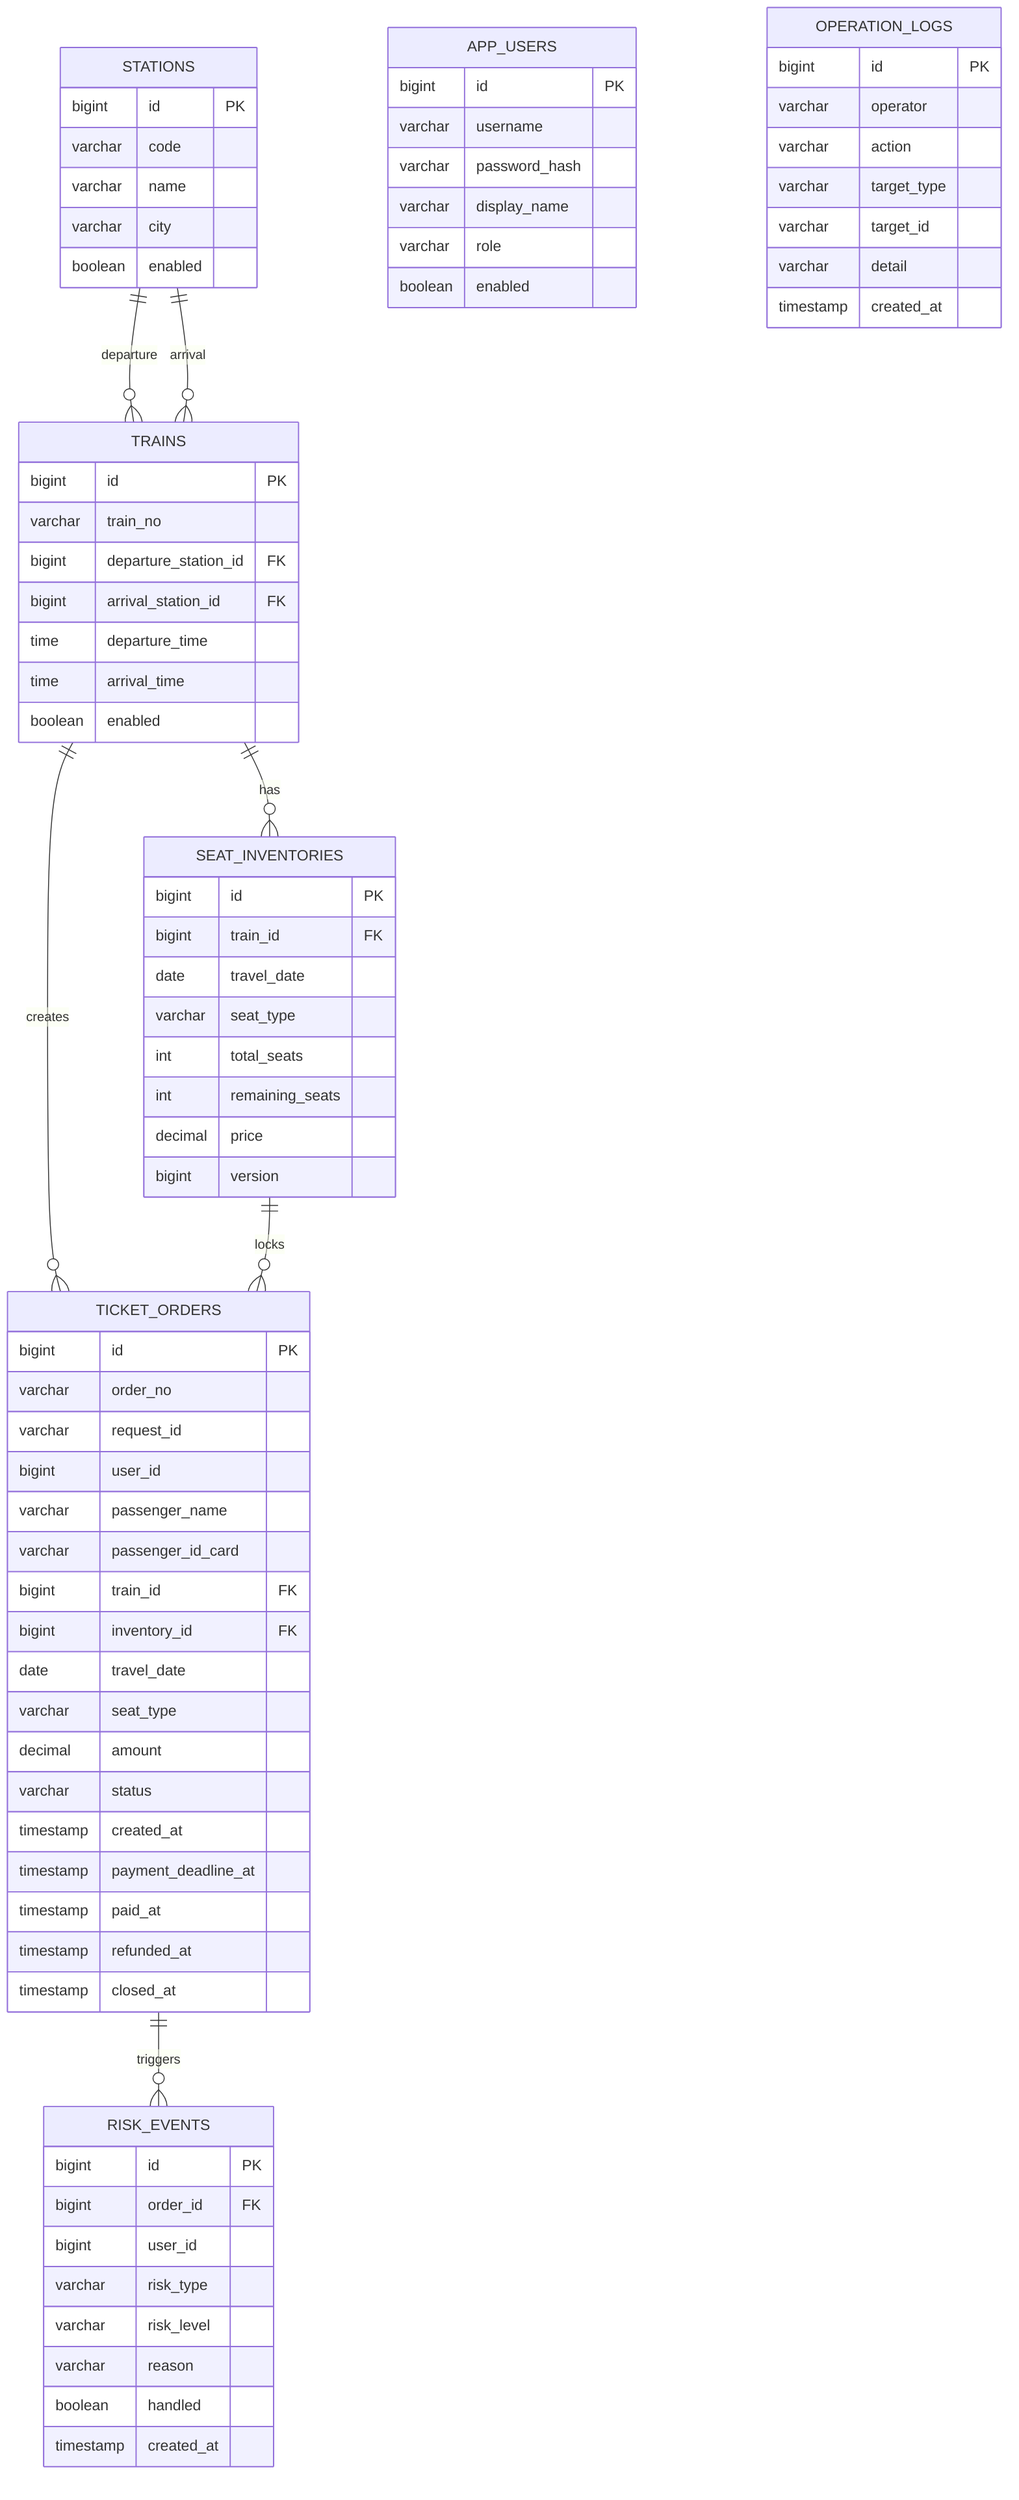
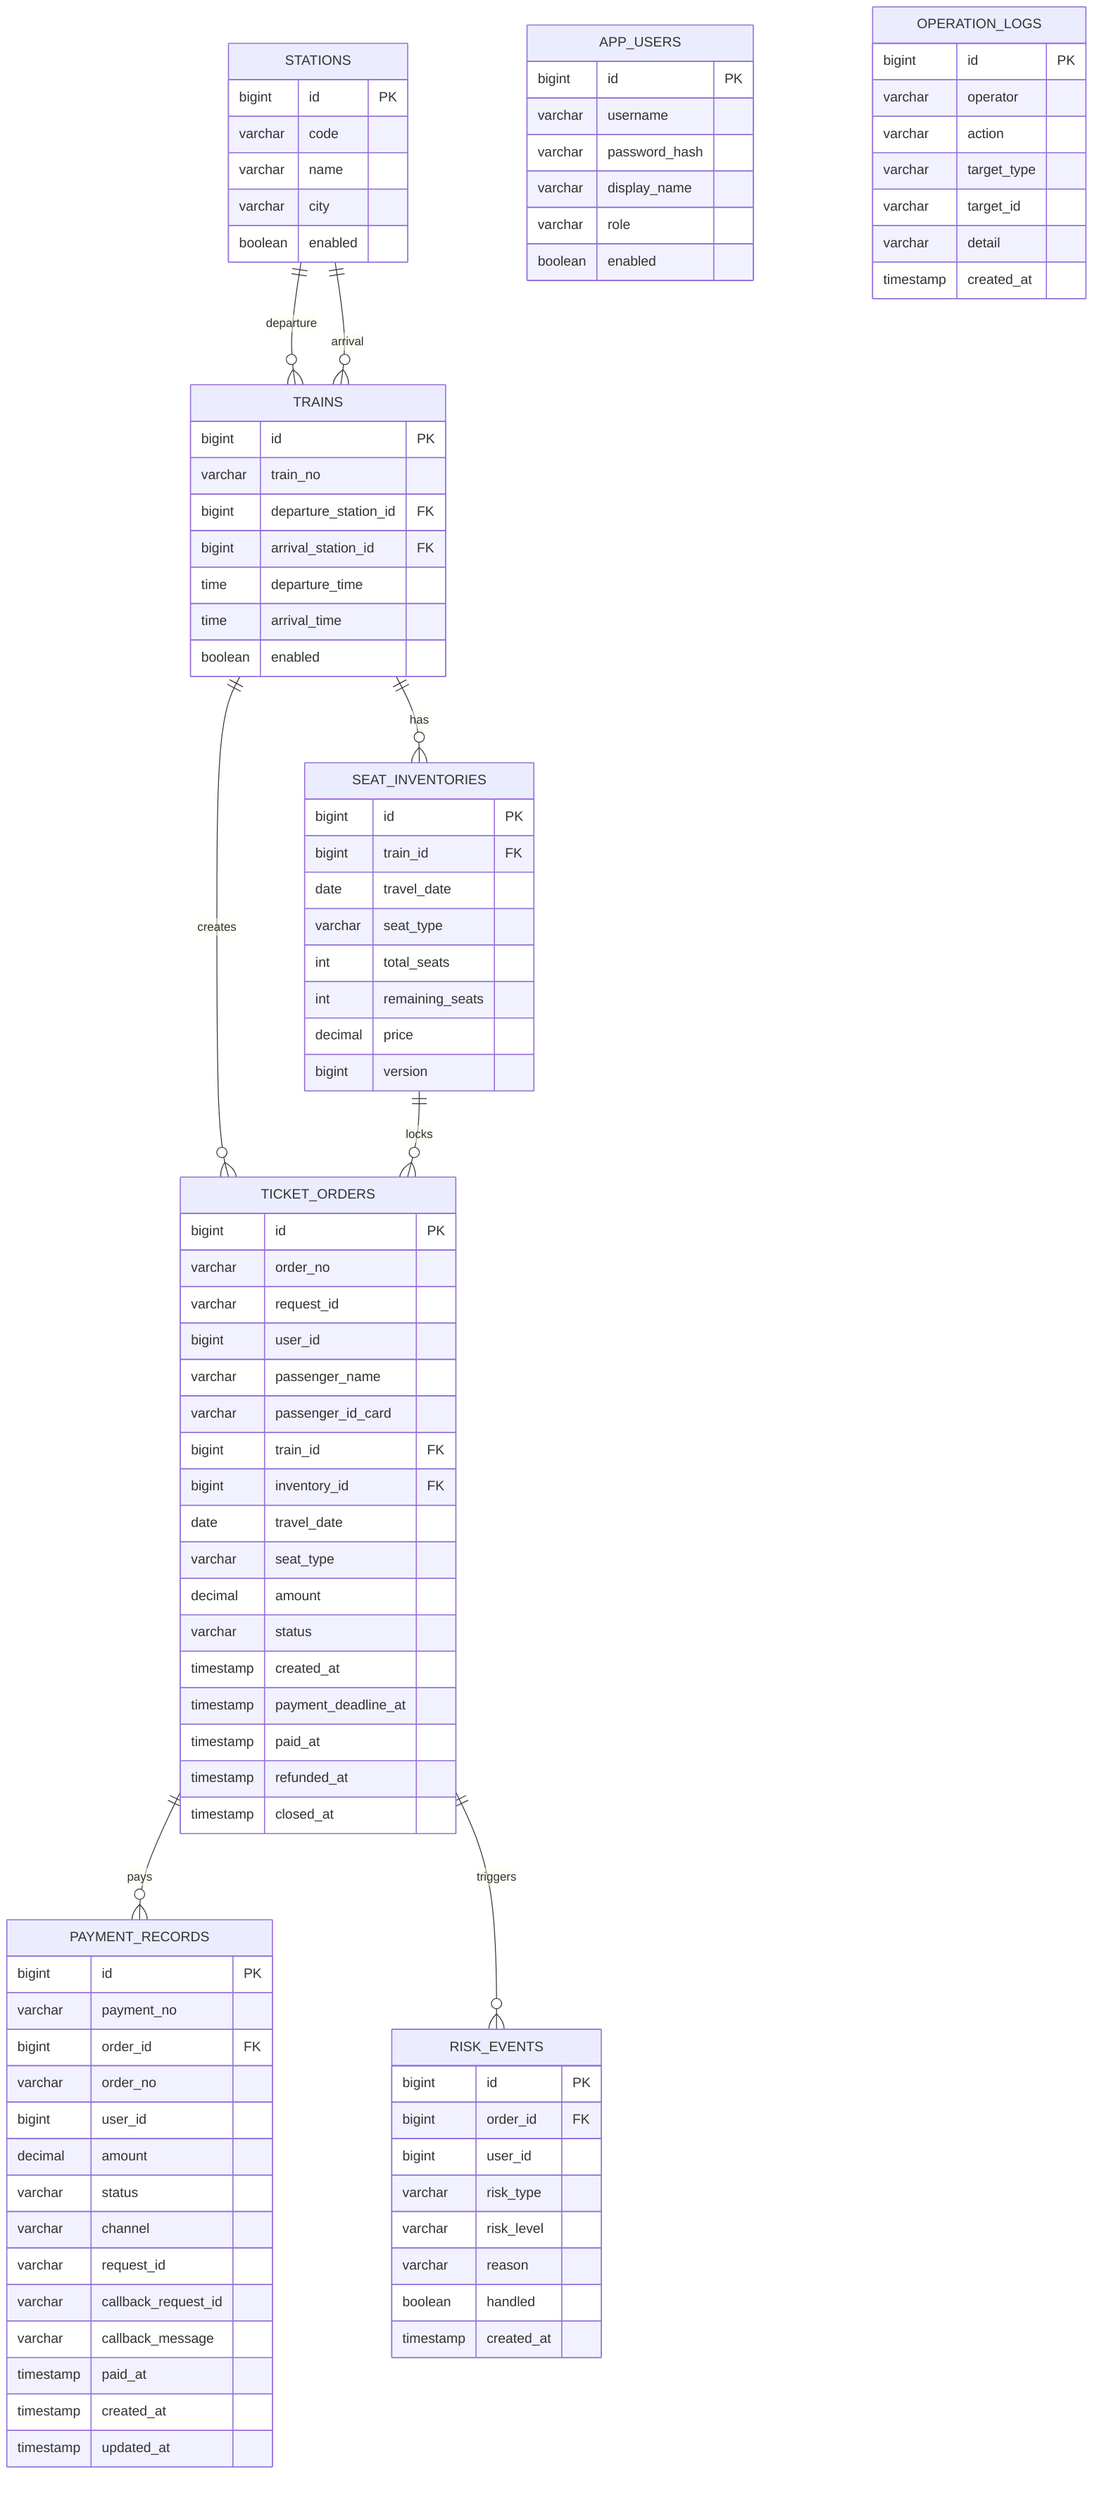
erDiagram
    STATIONS ||--o{ TRAINS : departure
    STATIONS ||--o{ TRAINS : arrival
    TRAINS ||--o{ SEAT_INVENTORIES : has
    TRAINS ||--o{ TICKET_ORDERS : creates
    SEAT_INVENTORIES ||--o{ TICKET_ORDERS : locks
+     TICKET_ORDERS ||--o{ PAYMENT_RECORDS : pays
    TICKET_ORDERS ||--o{ RISK_EVENTS : triggers

    APP_USERS {
        bigint id PK
        varchar username
        varchar password_hash
        varchar display_name
        varchar role
        boolean enabled
    }

    STATIONS {
        bigint id PK
        varchar code
        varchar name
        varchar city
        boolean enabled
    }

    TRAINS {
        bigint id PK
        varchar train_no
        bigint departure_station_id FK
        bigint arrival_station_id FK
        time departure_time
        time arrival_time
        boolean enabled
    }

    SEAT_INVENTORIES {
        bigint id PK
        bigint train_id FK
        date travel_date
        varchar seat_type
        int total_seats
        int remaining_seats
        decimal price
        bigint version
    }

    TICKET_ORDERS {
        bigint id PK
        varchar order_no
        varchar request_id
        bigint user_id
        varchar passenger_name
        varchar passenger_id_card
        bigint train_id FK
        bigint inventory_id FK
        date travel_date
        varchar seat_type
        decimal amount
        varchar status
        timestamp created_at
        timestamp payment_deadline_at
        timestamp paid_at
        timestamp refunded_at
        timestamp closed_at
    }

    RISK_EVENTS {
        bigint id PK
        bigint order_id FK
        bigint user_id
        varchar risk_type
        varchar risk_level
        varchar reason
        boolean handled
        timestamp created_at
    }

+     PAYMENT_RECORDS {
+         bigint id PK
+         varchar payment_no
+         bigint order_id FK
+         varchar order_no
+         bigint user_id
+         decimal amount
+         varchar status
+         varchar channel
+         varchar request_id
+         varchar callback_request_id
+         varchar callback_message
+         timestamp paid_at
+         timestamp created_at
+         timestamp updated_at
+     }
+ 
    OPERATION_LOGS {
        bigint id PK
        varchar operator
        varchar action
        varchar target_type
        varchar target_id
        varchar detail
        timestamp created_at
    }
